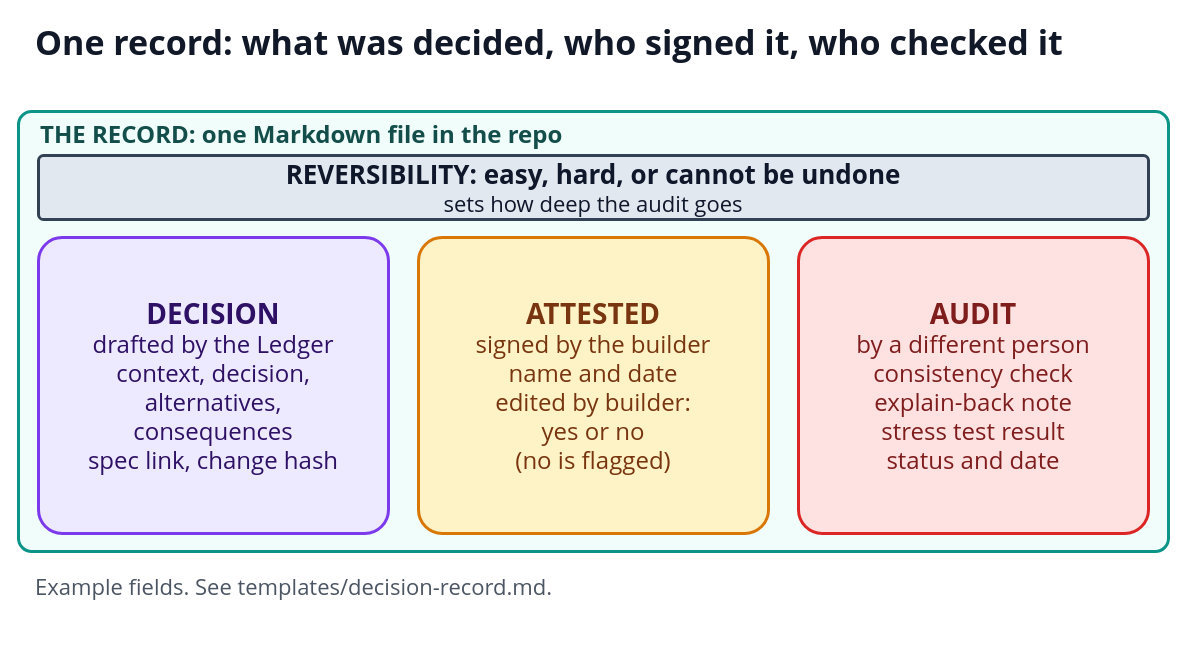
i-asimkhan/ledger-layer-pattern keeps this draw.io diagram as diagrams/05-adr-anatomy.drawio. Above is the earlier version. Source tidied: cells renumbered, new cells numbered last; positions are measured from the earlier drawing's top-left corner, leaving out a move shared by most shapes. Both pictures are drawn from the tidied source at 100%, with x=0, y=0 at pixel (18, 17).
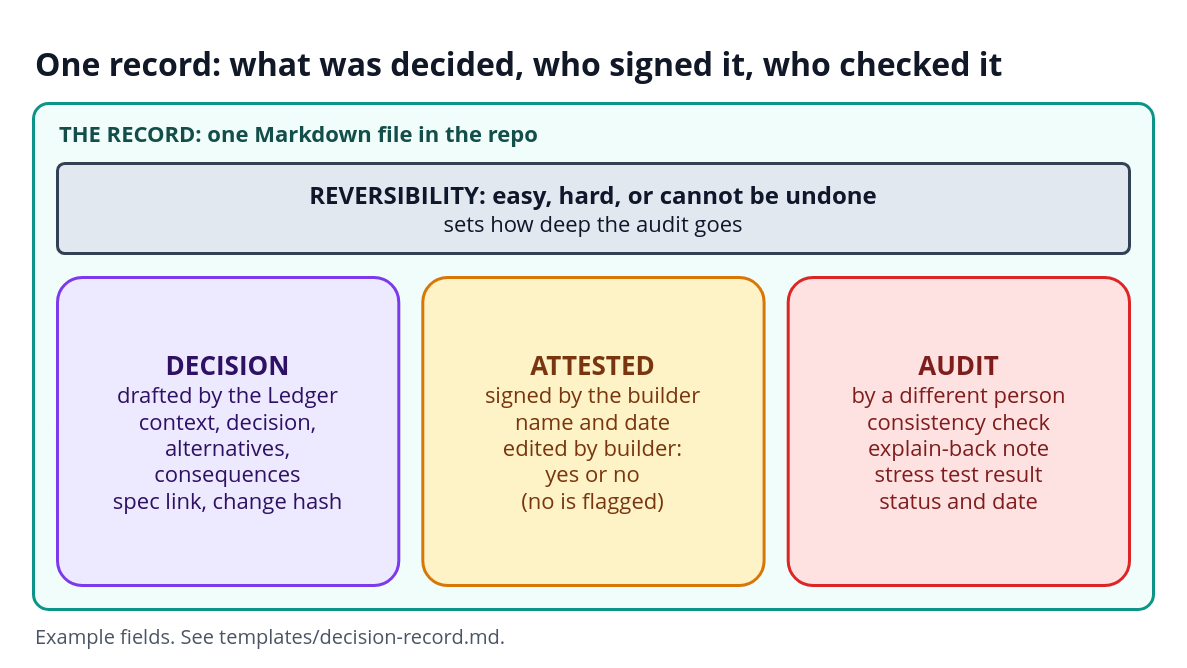
Above is the later version.

Diff of the diagram source:
```diff
@@
 <mxGraphModel>
   <root>
     <mxCell id="0" />
     <mxCell id="1" parent="0" />
-    <mxCell id="2" value="One record: what was decided, who signed it, who checked it" style="text;html=1;strokeColor=none;fillColor=none;whiteSpace=wrap;verticalAlign=middle;align=left;fontSize=34;fontColor=#111827;fontFamily=Segoe UI;fontStyle=1;" parent="1" vertex="1">
-      <mxGeometry x="15" width="1120" height="50" as="geometry" />
+    <mxCell id="2" value="One record: what was decided, who signed it, who checked it" style="text;html=1;strokeColor=none;fillColor=none;whiteSpace=wrap;verticalAlign=middle;align=left;fontSize=32;fontColor=#111827;fontFamily=Segoe UI;fontStyle=1;" parent="1" vertex="1">
+      <mxGeometry x="15" y="26" width="1120" height="42" as="geometry" />
     </mxCell>
     <mxCell id="3" style="rounded=1;arcSize=3;whiteSpace=wrap;html=1;fillColor=#F0FDFA;strokeColor=#0D9488;strokeWidth=3;" parent="1" vertex="1">
-      <mxGeometry y="94" width="1150" height="440" as="geometry" />
+      <mxGeometry x="15" y="86" width="1120" height="506" as="geometry" />
     </mxCell>
-    <mxCell id="4" value="THE RECORD: one Markdown file in the repo" style="text;html=1;strokeColor=none;fillColor=none;whiteSpace=wrap;verticalAlign=middle;align=left;fontSize=24;fontColor=#134E4A;fontFamily=Segoe UI;fontStyle=1;" parent="1" vertex="1">
-      <mxGeometry x="20" y="100" width="1000" height="34" as="geometry" />
+    <mxCell id="4" value="THE RECORD: one Markdown file in the repo" style="text;html=1;strokeColor=none;fillColor=none;whiteSpace=wrap;verticalAlign=middle;align=left;fontSize=22;fontColor=#134E4A;fontFamily=Segoe UI;fontStyle=1;" parent="1" vertex="1">
+      <mxGeometry x="39" y="100" width="1000" height="32" as="geometry" />
     </mxCell>
-    <mxCell id="5" value="&lt;span style=&quot;font-size:26px&quot;&gt;&lt;b&gt;REVERSIBILITY: easy, hard, or cannot be undone&lt;/b&gt;&lt;/span&gt;&lt;br&gt;&lt;span style=&quot;font-size:22px&quot;&gt;sets how deep the audit goes&lt;/span&gt;" style="rounded=1;arcSize=8;whiteSpace=wrap;html=1;fillColor=#E2E8F0;strokeColor=#334155;fontColor=#0F172A;strokeWidth=3;align=center;verticalAlign=middle;fontSize=22;fontFamily=Segoe UI;" parent="1" vertex="1">
-      <mxGeometry x="20" y="138" width="1110" height="64" as="geometry" />
+    <mxCell id="5" value="&lt;span style=&quot;font-size:24px&quot;&gt;&lt;b&gt;REVERSIBILITY: easy, hard, or cannot be undone&lt;/b&gt;&lt;/span&gt;&lt;br&gt;&lt;span style=&quot;font-size:22px&quot;&gt;sets how deep the audit goes&lt;/span&gt;" style="rounded=1;arcSize=8;whiteSpace=wrap;html=1;fillColor=#E2E8F0;strokeColor=#334155;fontColor=#0F172A;strokeWidth=3;align=center;verticalAlign=middle;fontSize=22;fontFamily=Segoe UI;spacing=14;" parent="1" vertex="1">
+      <mxGeometry x="39" y="146" width="1072" height="90" as="geometry" />
     </mxCell>
-    <mxCell id="6" value="&lt;span style=&quot;font-size:28px&quot;&gt;&lt;b&gt;DECISION&lt;/b&gt;&lt;/span&gt;&lt;br&gt;&lt;span style=&quot;font-size:24px&quot;&gt;drafted by the Ledger&lt;/span&gt;&lt;br&gt;&lt;span style=&quot;font-size:24px&quot;&gt;context, decision,&lt;/span&gt;&lt;br&gt;&lt;span style=&quot;font-size:24px&quot;&gt;alternatives,&lt;/span&gt;&lt;br&gt;&lt;span style=&quot;font-size:24px&quot;&gt;consequences&lt;/span&gt;&lt;br&gt;&lt;span style=&quot;font-size:24px&quot;&gt;spec link, change hash&lt;/span&gt;" style="rounded=1;arcSize=8;whiteSpace=wrap;html=1;fillColor=#EDE9FE;strokeColor=#7C3AED;fontColor=#2E1065;strokeWidth=3;align=center;verticalAlign=middle;fontSize=24;fontFamily=Segoe UI;" parent="1" vertex="1">
-      <mxGeometry x="20" y="220" width="350" height="296" as="geometry" />
+    <mxCell id="6" value="&lt;span style=&quot;font-size:26px&quot;&gt;&lt;b&gt;DECISION&lt;/b&gt;&lt;/span&gt;&lt;br&gt;&lt;span style=&quot;font-size:22px&quot;&gt;drafted by the Ledger&lt;/span&gt;&lt;br&gt;&lt;span style=&quot;font-size:22px&quot;&gt;context, decision,&lt;/span&gt;&lt;br&gt;&lt;span style=&quot;font-size:22px&quot;&gt;alternatives,&lt;/span&gt;&lt;br&gt;&lt;span style=&quot;font-size:22px&quot;&gt;consequences&lt;/span&gt;&lt;br&gt;&lt;span style=&quot;font-size:22px&quot;&gt;spec link, change hash&lt;/span&gt;" style="rounded=1;arcSize=8;whiteSpace=wrap;html=1;fillColor=#EDE9FE;strokeColor=#7C3AED;fontColor=#2E1065;strokeWidth=3;align=center;verticalAlign=middle;fontSize=22;fontFamily=Segoe UI;spacing=14;" parent="1" vertex="1">
+      <mxGeometry x="39" y="260" width="341.3" height="308" as="geometry" />
     </mxCell>
-    <mxCell id="7" value="&lt;span style=&quot;font-size:28px&quot;&gt;&lt;b&gt;ATTESTED&lt;/b&gt;&lt;/span&gt;&lt;br&gt;&lt;span style=&quot;font-size:24px&quot;&gt;signed by the builder&lt;/span&gt;&lt;br&gt;&lt;span style=&quot;font-size:24px&quot;&gt;name and date&lt;/span&gt;&lt;br&gt;&lt;span style=&quot;font-size:24px&quot;&gt;edited by builder:&lt;/span&gt;&lt;br&gt;&lt;span style=&quot;font-size:24px&quot;&gt;yes or no&lt;/span&gt;&lt;br&gt;&lt;span style=&quot;font-size:24px&quot;&gt;(no is flagged)&lt;/span&gt;" style="rounded=1;arcSize=8;whiteSpace=wrap;html=1;fillColor=#FEF3C7;strokeColor=#D97706;fontColor=#78350F;strokeWidth=3;align=center;verticalAlign=middle;fontSize=24;fontFamily=Segoe UI;" parent="1" vertex="1">
-      <mxGeometry x="400" y="220" width="350" height="296" as="geometry" />
+    <mxCell id="7" value="&lt;span style=&quot;font-size:26px&quot;&gt;&lt;b&gt;ATTESTED&lt;/b&gt;&lt;/span&gt;&lt;br&gt;&lt;span style=&quot;font-size:22px&quot;&gt;signed by the builder&lt;/span&gt;&lt;br&gt;&lt;span style=&quot;font-size:22px&quot;&gt;name and date&lt;/span&gt;&lt;br&gt;&lt;span style=&quot;font-size:22px&quot;&gt;edited by builder:&lt;/span&gt;&lt;br&gt;&lt;span style=&quot;font-size:22px&quot;&gt;yes or no&lt;/span&gt;&lt;br&gt;&lt;span style=&quot;font-size:22px&quot;&gt;(no is flagged)&lt;/span&gt;" style="rounded=1;arcSize=8;whiteSpace=wrap;html=1;fillColor=#FEF3C7;strokeColor=#D97706;fontColor=#78350F;strokeWidth=3;align=center;verticalAlign=middle;fontSize=22;fontFamily=Segoe UI;spacing=14;" parent="1" vertex="1">
+      <mxGeometry x="404.3" y="260" width="341.3" height="308" as="geometry" />
     </mxCell>
-    <mxCell id="8" value="&lt;span style=&quot;font-size:28px&quot;&gt;&lt;b&gt;AUDIT&lt;/b&gt;&lt;/span&gt;&lt;br&gt;&lt;span style=&quot;font-size:24px&quot;&gt;by a different person&lt;/span&gt;&lt;br&gt;&lt;span style=&quot;font-size:24px&quot;&gt;consistency check&lt;/span&gt;&lt;br&gt;&lt;span style=&quot;font-size:24px&quot;&gt;explain-back note&lt;/span&gt;&lt;br&gt;&lt;span style=&quot;font-size:24px&quot;&gt;stress test result&lt;/span&gt;&lt;br&gt;&lt;span style=&quot;font-size:24px&quot;&gt;status and date&lt;/span&gt;" style="rounded=1;arcSize=8;whiteSpace=wrap;html=1;fillColor=#FEE2E2;strokeColor=#DC2626;fontColor=#7F1D1D;strokeWidth=3;align=center;verticalAlign=middle;fontSize=24;fontFamily=Segoe UI;" parent="1" vertex="1">
-      <mxGeometry x="780" y="220" width="350" height="296" as="geometry" />
+    <mxCell id="8" value="&lt;span style=&quot;font-size:26px&quot;&gt;&lt;b&gt;AUDIT&lt;/b&gt;&lt;/span&gt;&lt;br&gt;&lt;span style=&quot;font-size:22px&quot;&gt;by a different person&lt;/span&gt;&lt;br&gt;&lt;span style=&quot;font-size:22px&quot;&gt;consistency check&lt;/span&gt;&lt;br&gt;&lt;span style=&quot;font-size:22px&quot;&gt;explain-back note&lt;/span&gt;&lt;br&gt;&lt;span style=&quot;font-size:22px&quot;&gt;stress test result&lt;/span&gt;&lt;br&gt;&lt;span style=&quot;font-size:22px&quot;&gt;status and date&lt;/span&gt;" style="rounded=1;arcSize=8;whiteSpace=wrap;html=1;fillColor=#FEE2E2;strokeColor=#DC2626;fontColor=#7F1D1D;strokeWidth=3;align=center;verticalAlign=middle;fontSize=22;fontFamily=Segoe UI;spacing=14;" parent="1" vertex="1">
+      <mxGeometry x="769.7" y="260" width="341.3" height="308" as="geometry" />
     </mxCell>
-    <mxCell id="9" value="Example fields. See templates/decision-record.md." style="text;html=1;strokeColor=none;fillColor=none;whiteSpace=wrap;verticalAlign=middle;align=left;fontSize=22;fontColor=#4B5563;fontFamily=Segoe UI;fontStyle=0;" parent="1" vertex="1">
-      <mxGeometry x="15" y="552" width="1120" height="34" as="geometry" />
+    <mxCell id="9" value="Example fields. See templates/decision-record.md." style="text;html=1;strokeColor=none;fillColor=none;whiteSpace=wrap;verticalAlign=middle;align=left;fontSize=20;fontColor=#4B5563;fontFamily=Segoe UI;fontStyle=0;" parent="1" vertex="1">
+      <mxGeometry x="15" y="604" width="1120" height="30" as="geometry" />
     </mxCell>
   </root>
 </mxGraphModel>
```
